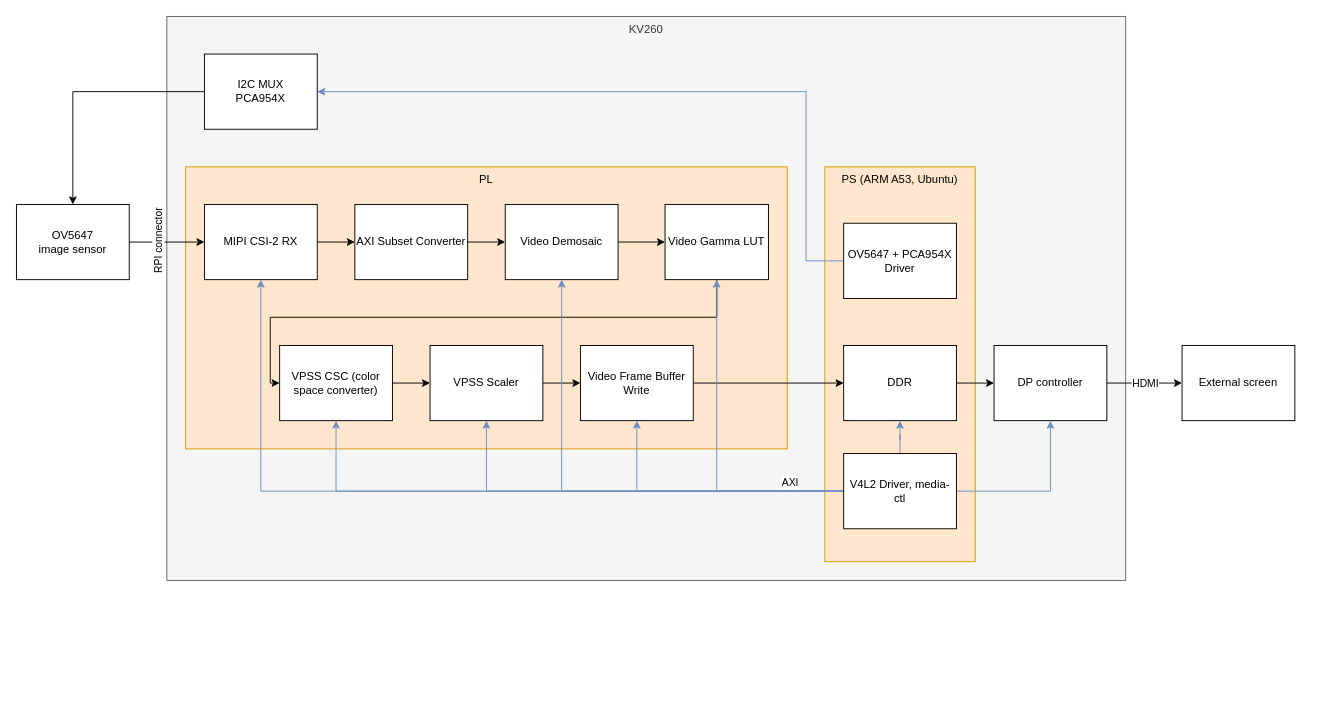
Above: diagrams.drawio in juanma-rm/kv260_rpicamera_to_dp (draw.io), before the change. Source tidied: cells renumbered, new cells numbered last; positions are measured from the earlier drawing's top-left corner, leaving out a move shared by most shapes. Both pictures are drawn from the tidied source at 94%, with x=0, y=0 at pixel (16, 16).
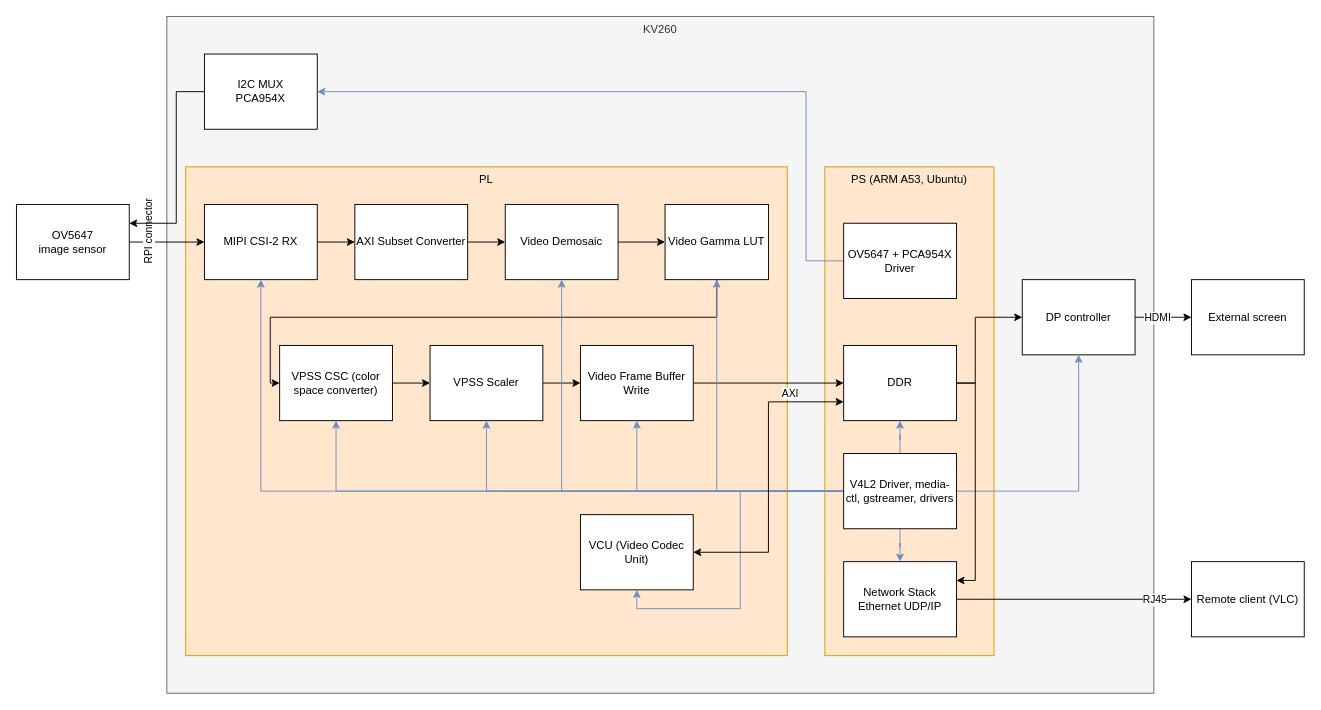
The same diagram, later.

Commit message (it also covers changes not shown here):
add vcu to pl, stream video from image sensor to udp client (multicast)

Unchanged cells that the change refers to:
```xml
<mxCell id="5" style="edgeStyle=orthogonalEdgeStyle;rounded=0;jettySize=auto;html=1;" parent="1" edge="1" source="7" target="9">
  <mxGeometry relative="1" as="geometry" />
</mxCell>
<mxCell id="7" value="OV5647&lt;div&gt;image sensor&lt;/div&gt;" style="rounded=0;whiteSpace=wrap;html=1;" parent="1" vertex="1">
  <mxGeometry y="200" width="120" height="80" as="geometry" />
</mxCell>
<mxCell id="22" style="edgeStyle=orthogonalEdgeStyle;rounded=0;jettySize=auto;html=1;entryX=0;entryY=0.5;entryDx=0;entryDy=0;" parent="1" edge="1" source="24" target="25">
  <mxGeometry relative="1" as="geometry" />
</mxCell>
<mxCell id="31" style="edgeStyle=orthogonalEdgeStyle;rounded=0;jettySize=auto;html=1;entryX=0.5;entryY=1;entryDx=0;entryDy=0;fillColor=#dae8fc;strokeColor=#6c8ebf;" parent="1" edge="1" source="35" target="15">
  <mxGeometry relative="1" as="geometry" />
</mxCell>
<mxCell id="38" value="&lt;div&gt;I2C MUX&lt;/div&gt;PCA954X" style="whiteSpace=wrap;html=1;rounded=0;" parent="1" vertex="1">
  <mxGeometry x="200" y="40" width="120" height="80" as="geometry" />
</mxCell>
<mxCell id="42" value="DDR" style="whiteSpace=wrap;html=1;rounded=0;" parent="1" vertex="1">
  <mxGeometry x="880" y="350" width="120" height="80" as="geometry" />
</mxCell>
```

Diff of the diagram source:
```diff
@@
     <mxCell id="2" value="KV260" style="rounded=0;whiteSpace=wrap;html=1;verticalAlign=top;fillColor=#f5f5f5;strokeColor=#666666;fontColor=#333333;" parent="1" vertex="1">
-      <mxGeometry x="160" width="1020" height="600" as="geometry" />
+      <mxGeometry x="160" width="1050" height="720" as="geometry" />
     </mxCell>
     <mxCell id="3" value="PS (ARM A53, Ubuntu)" style="rounded=0;whiteSpace=wrap;html=1;verticalAlign=top;fillColor=#ffe6cc;strokeColor=#d79b00;" parent="1" vertex="1">
-      <mxGeometry x="860" y="160" width="160" height="420" as="geometry" />
+      <mxGeometry x="860" y="160" width="180" height="520" as="geometry" />
     </mxCell>
     <mxCell id="4" value="PL" style="rounded=0;whiteSpace=wrap;html=1;verticalAlign=top;fillColor=#ffe6cc;strokeColor=#d79b00;" parent="1" vertex="1">
-      <mxGeometry x="180" y="160" width="640" height="300" as="geometry" />
+      <mxGeometry x="180" y="160" width="640" height="520" as="geometry" />
     </mxCell>
@@
     <mxCell id="6" value="RPI connector" style="edgeLabel;html=1;align=center;verticalAlign=middle;rotation=-90;" parent="5" vertex="1">
       <mxGeometry x="-0.19" y="2" relative="1" as="geometry">
-        <mxPoint x="-2" y="2" as="offset" />
+        <mxPoint x="-12" y="-8" as="offset" />
       </mxGeometry>
     </mxCell>
@@
     <mxCell id="23" value="HDMI" style="edgeLabel;html=1;align=center;verticalAlign=middle;" parent="22" vertex="1">
       <mxGeometry x="0.27" y="-2" relative="1" as="geometry">
-        <mxPoint x="-11" y="-2" as="offset" />
+        <mxPoint x="-15" y="-2" as="offset" />
       </mxGeometry>
     </mxCell>
     <mxCell id="24" value="DP controller" style="whiteSpace=wrap;html=1;rounded=0;" parent="1" vertex="1">
-      <mxGeometry x="1040" y="350" width="120" height="80" as="geometry" />
+      <mxGeometry x="1070" y="280" width="120" height="80" as="geometry" />
     </mxCell>
     <mxCell id="25" value="External screen" style="whiteSpace=wrap;html=1;rounded=0;" parent="1" vertex="1">
-      <mxGeometry x="1240" y="350" width="120" height="80" as="geometry" />
+      <mxGeometry x="1250" y="280" width="120" height="80" as="geometry" />
     </mxCell>
@@
     <mxCell id="32" value="AXI" style="edgeLabel;html=1;align=center;verticalAlign=middle;" parent="31" vertex="1">
       <mxGeometry x="-0.75" y="1" relative="1" as="geometry">
-        <mxPoint x="-13" y="-11" as="offset" />
+        <mxPoint x="-13" y="-106" as="offset" />
       </mxGeometry>
     </mxCell>
@@
     <mxCell id="34" style="edgeStyle=orthogonalEdgeStyle;rounded=0;jettySize=auto;html=1;entryX=0.5;entryY=1;entryDx=0;entryDy=0;fillColor=#dae8fc;strokeColor=#6c8ebf;" parent="1" edge="1" source="35" target="24">
-      <mxGeometry relative="1" as="geometry" />
+      <mxGeometry relative="1" as="geometry">
+        <Array as="points">
+          <mxPoint x="1130" y="505" />
+        </Array>
+      </mxGeometry>
     </mxCell>
+    <mxCell id="43" style="edgeStyle=orthogonalEdgeStyle;rounded=0;jettySize=auto;html=1;entryX=0.5;entryY=1;entryDx=0;entryDy=0;fillColor=#dae8fc;strokeColor=#6c8ebf;" parent="1" edge="1" source="35" target="46">
+      <mxGeometry relative="1" as="geometry">
+        <Array as="points">
+          <mxPoint x="770" y="505" />
+          <mxPoint x="770" y="630" />
+          <mxPoint x="660" y="630" />
+        </Array>
+      </mxGeometry>
+    </mxCell>
+    <mxCell id="44" style="edgeStyle=orthogonalEdgeStyle;rounded=0;jettySize=auto;html=1;entryX=0.5;entryY=0;entryDx=0;entryDy=0;fillColor=#dae8fc;strokeColor=#6c8ebf;" parent="1" edge="1" source="35" target="49">
+      <mxGeometry relative="1" as="geometry" />
+    </mxCell>
-    <mxCell id="35" value="V4L2 Driver, media-ctl" style="whiteSpace=wrap;html=1;rounded=0;" parent="1" vertex="1">
+    <mxCell id="35" value="V4L2 Driver, media-ctl, gstreamer, drivers" style="whiteSpace=wrap;html=1;rounded=0;" parent="1" vertex="1">
       <mxGeometry x="880" y="465" width="120" height="80" as="geometry" />
     </mxCell>
-    <mxCell id="36" value="&lt;div style=&quot;color: #cccccc;background-color: #1f1f1f;font-family: Consolas, 'Courier New', monospace;font-weight: normal;font-size: 14px;line-height: 19px;white-space: pre;&quot;&gt;&lt;br&gt;&lt;/div&gt;" style="text;whiteSpace=wrap;html=1;" parent="1" vertex="1">
-      <mxGeometry x="60" y="530" width="90" height="40" as="geometry" />
-    </mxCell>
-    <mxCell id="37" style="edgeStyle=orthogonalEdgeStyle;rounded=0;jettySize=auto;html=1;entryX=0.5;entryY=0;entryDx=0;entryDy=0;" parent="1" edge="1" source="38" target="7">
+    <mxCell id="37" style="edgeStyle=orthogonalEdgeStyle;rounded=0;jettySize=auto;html=1;entryX=1;entryY=0.25;entryDx=0;entryDy=0;" parent="1" edge="1" source="38" target="7">
       <mxGeometry relative="1" as="geometry">
         <Array as="points">
-          <mxPoint x="60" y="80" />
+          <mxPoint x="170" y="80" />
+          <mxPoint x="170" y="220" />
         </Array>
       </mxGeometry>
     </mxCell>
@@
     <mxCell id="41" style="edgeStyle=orthogonalEdgeStyle;rounded=0;jettySize=auto;html=1;" parent="1" edge="1" source="42" target="24">
-      <mxGeometry relative="1" as="geometry" />
+      <mxGeometry relative="1" as="geometry">
+        <Array as="points">
+          <mxPoint x="1020" y="390" />
+          <mxPoint x="1020" y="320" />
+        </Array>
+      </mxGeometry>
     </mxCell>
+    <mxCell id="45" style="edgeStyle=orthogonalEdgeStyle;rounded=0;jettySize=auto;html=1;exitX=0;exitY=0.75;exitDx=0;exitDy=0;entryX=1;entryY=0.5;entryDx=0;entryDy=0;startArrow=classic;startFill=1;" parent="1" edge="1" source="42" target="46">
+      <mxGeometry relative="1" as="geometry" />
+    </mxCell>
@@
+    <mxCell id="46" value="VCU (Video Codec Unit)" style="whiteSpace=wrap;html=1;rounded=0;" parent="1" vertex="1">
+      <mxGeometry x="600" y="530" width="120" height="80" as="geometry" />
+    </mxCell>
+    <mxCell id="47" style="edgeStyle=orthogonalEdgeStyle;rounded=0;jettySize=auto;html=1;entryX=0;entryY=0.5;entryDx=0;entryDy=0;" parent="1" edge="1" source="49" target="50">
+      <mxGeometry relative="1" as="geometry" />
+    </mxCell>
+    <mxCell id="48" value="RJ45" style="edgeLabel;html=1;align=center;verticalAlign=middle;" parent="47" vertex="1">
+      <mxGeometry x="0.29" y="1" relative="1" as="geometry">
+        <mxPoint x="49" y="1" as="offset" />
+      </mxGeometry>
+    </mxCell>
+    <mxCell id="49" value="&lt;div&gt;Network Stack&lt;/div&gt;Ethernet UDP/IP" style="whiteSpace=wrap;html=1;rounded=0;" parent="1" vertex="1">
+      <mxGeometry x="880" y="580" width="120" height="80" as="geometry" />
+    </mxCell>
+    <mxCell id="50" value="Remote client (VLC)" style="whiteSpace=wrap;html=1;rounded=0;" parent="1" vertex="1">
+      <mxGeometry x="1250" y="580" width="120" height="80" as="geometry" />
+    </mxCell>
+    <mxCell id="51" style="edgeStyle=orthogonalEdgeStyle;rounded=0;jettySize=auto;html=1;entryX=1;entryY=0.25;entryDx=0;entryDy=0;" parent="1" edge="1" source="42" target="49">
+      <mxGeometry relative="1" as="geometry">
+        <Array as="points">
+          <mxPoint x="1020" y="390" />
+          <mxPoint x="1020" y="600" />
+        </Array>
+      </mxGeometry>
+    </mxCell>
```
